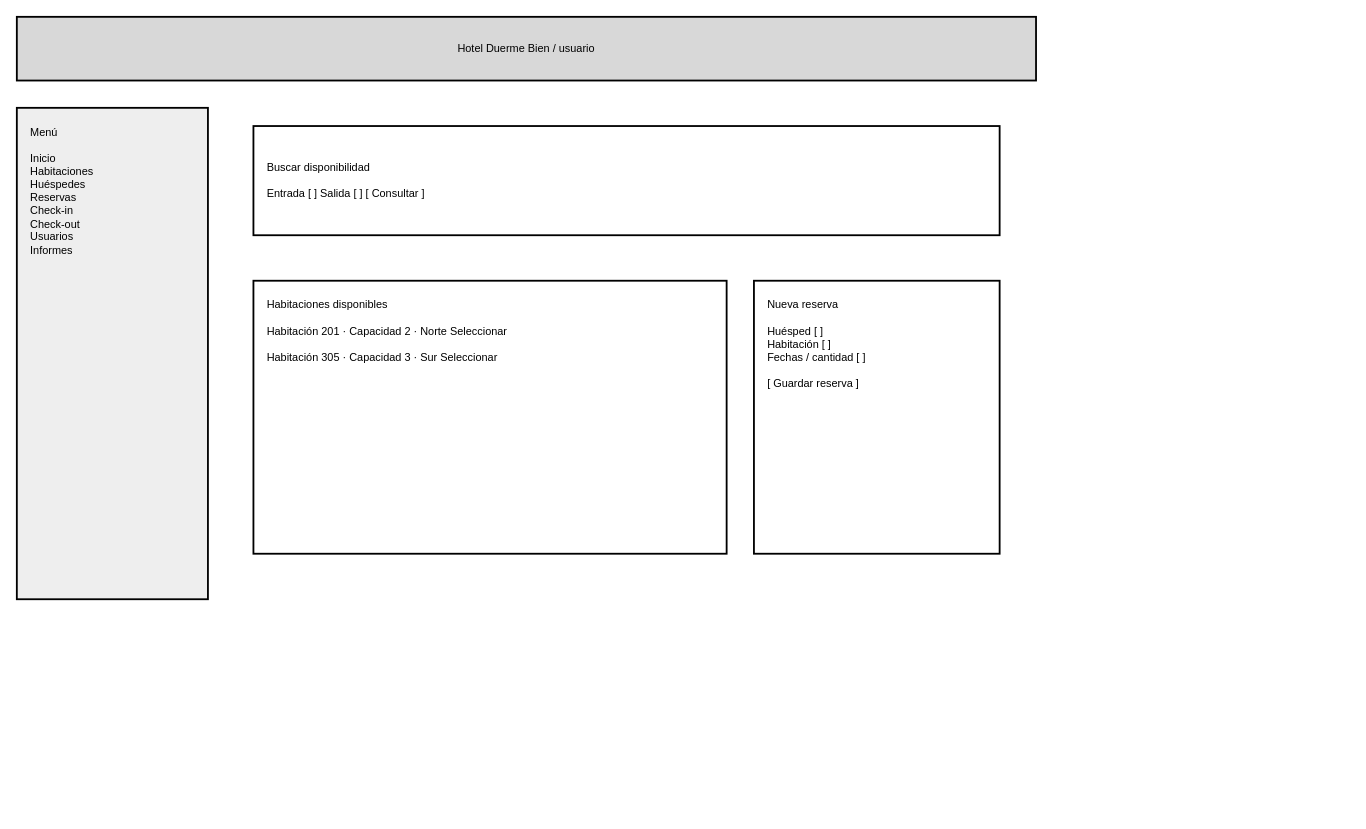
Above: page "Wireframe" (2 of 3) of diagramas-editables/04-interfaz.drawio in Yutre3/diego (draw.io), before the change. Source tidied: cells renumbered, new cells numbered last; positions are measured from the earlier drawing's top-left corner, leaving out a move shared by most shapes. Both pictures are drawn from the tidied source at 91%, with x=0, y=0 at pixel (16, 16).
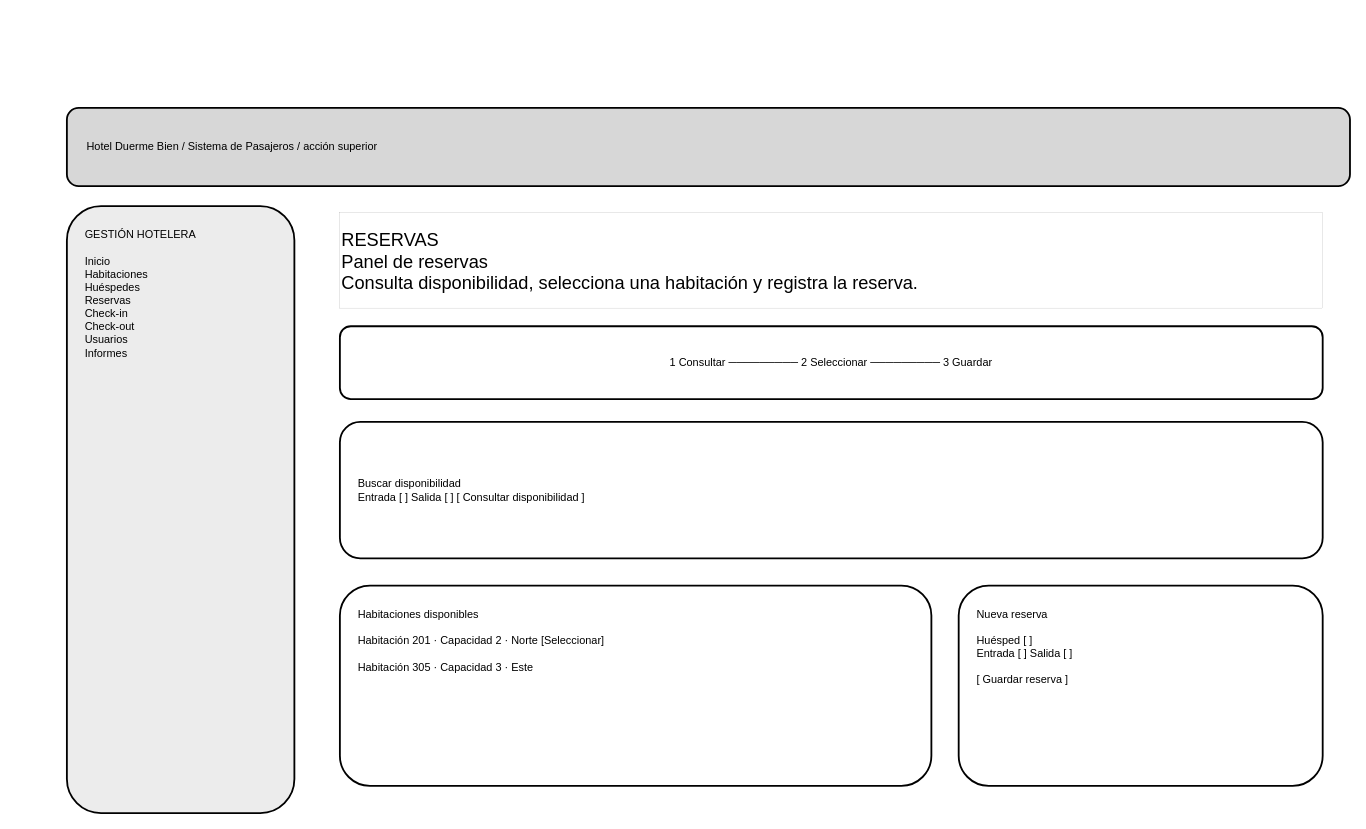
The same diagram, later.

Diff of the diagram source:
```diff
@@
 <mxGraphModel>
   <root>
     <mxCell id="0" />
     <mxCell id="1" parent="0" />
-    <mxCell id="2" value="Hotel Duerme Bien / usuario" style="rounded=0;whiteSpace=wrap;html=1;strokeWidth=2;fillColor=#d8d8d8;" parent="1" vertex="1">
-      <mxGeometry width="1120" height="70" as="geometry" />
+    <mxCell id="2" value="Hotel Duerme Bien / Sistema de Pasajeros / acción superior" style="rounded=1;whiteSpace=wrap;html=1;strokeWidth=2;fillColor=#d7d7d7;align=left;spacingLeft=20;" parent="1" vertex="1">
+      <mxGeometry x="55" y="100" width="1410" height="86" as="geometry" />
     </mxCell>
-    <mxCell id="3" value="Menú&#10;&#10;Inicio&#10;Habitaciones&#10;Huéspedes&#10;Reservas&#10;Check-in&#10;Check-out&#10;Usuarios&#10;Informes" style="rounded=0;whiteSpace=wrap;html=1;strokeWidth=2;fillColor=#eeeeee;align=left;verticalAlign=top;spacing=15;" parent="1" vertex="1">
-      <mxGeometry y="100" width="210" height="540" as="geometry" />
+    <mxCell id="3" value="GESTIÓN HOTELERA&#10;&#10;Inicio&#10;Habitaciones&#10;Huéspedes&#10;Reservas&#10;Check-in&#10;Check-out&#10;Usuarios&#10;Informes" style="rounded=1;whiteSpace=wrap;html=1;strokeWidth=2;fillColor=#ececec;align=left;verticalAlign=top;spacing=20;" parent="1" vertex="1">
+      <mxGeometry x="55" y="208" width="250" height="667" as="geometry" />
     </mxCell>
+    <mxCell id="7" value="RESERVAS&#10;Panel de reservas&#10;Consulta disponibilidad, selecciona una habitación y registra la reserva." style="rounded=0;whiteSpace=wrap;html=1;strokeWidth=0;align=left;fontSize=20;" parent="1" vertex="1">
+      <mxGeometry x="355" y="215" width="1080" height="105" as="geometry" />
+    </mxCell>
+    <mxCell id="8" value="1 Consultar  ─────────  2 Seleccionar  ─────────  3 Guardar" style="rounded=1;whiteSpace=wrap;html=1;strokeWidth=2;fillColor=#ffffff;align=center;" parent="1" vertex="1">
+      <mxGeometry x="355" y="340" width="1080" height="80" as="geometry" />
+    </mxCell>
-    <mxCell id="4" value="Buscar disponibilidad&#10;&#10;Entrada [ ]    Salida [ ]                        [ Consultar ]" style="rounded=0;whiteSpace=wrap;html=1;strokeWidth=2;fillColor=#ffffff;align=left;spacing=15;" parent="1" vertex="1">
-      <mxGeometry x="260" y="120" width="820" height="120" as="geometry" />
+    <mxCell id="4" value="Buscar disponibilidad&#10;Entrada [ ]      Salida [ ]                         [ Consultar disponibilidad ]" style="rounded=1;whiteSpace=wrap;html=1;strokeWidth=2;fillColor=#ffffff;align=left;spacing=20;" parent="1" vertex="1">
+      <mxGeometry x="355" y="445" width="1080" height="150" as="geometry" />
     </mxCell>
-    <mxCell id="5" value="Habitaciones disponibles&#10;&#10;Habitación 201 · Capacidad 2 · Norte          Seleccionar&#10;&#10;Habitación 305 · Capacidad 3 · Sur             Seleccionar" style="rounded=0;whiteSpace=wrap;html=1;strokeWidth=2;fillColor=#ffffff;align=left;verticalAlign=top;spacing=15;" parent="1" vertex="1">
-      <mxGeometry x="260" y="290" width="520" height="300" as="geometry" />
+    <mxCell id="5" value="Habitaciones disponibles&#10;&#10;Habitación 201 · Capacidad 2 · Norte                         [Seleccionar]&#10;&#10;Habitación 305 · Capacidad 3 · Este" style="rounded=1;whiteSpace=wrap;html=1;strokeWidth=2;fillColor=#ffffff;align=left;verticalAlign=top;spacing=20;" parent="1" vertex="1">
+      <mxGeometry x="355" y="625" width="650" height="220" as="geometry" />
     </mxCell>
-    <mxCell id="6" value="Nueva reserva&#10;&#10;Huésped [ ]&#10;Habitación [ ]&#10;Fechas / cantidad [ ]&#10;&#10;[ Guardar reserva ]" style="rounded=0;whiteSpace=wrap;html=1;strokeWidth=2;fillColor=#ffffff;align=left;verticalAlign=top;spacing=15;" parent="1" vertex="1">
-      <mxGeometry x="810" y="290" width="270" height="300" as="geometry" />
+    <mxCell id="6" value="Nueva reserva&#10;&#10;Huésped [ ]&#10;Entrada [ ]    Salida [ ]&#10;&#10;[ Guardar reserva ]" style="rounded=1;whiteSpace=wrap;html=1;strokeWidth=2;fillColor=#ffffff;align=left;verticalAlign=top;spacing=20;" parent="1" vertex="1">
+      <mxGeometry x="1035" y="625" width="400" height="220" as="geometry" />
     </mxCell>
   </root>
 </mxGraphModel>
```
